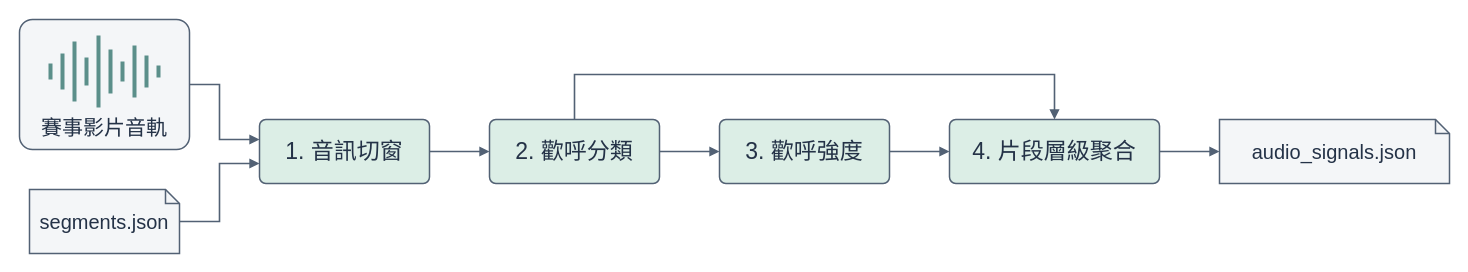
Above: docs/figures/report/audio-cheer.drawio in 2026bmtproject/badminton-analysis-system (draw.io), before the change. Source tidied: cells renumbered, new cells numbered last; positions are measured from the earlier drawing's top-left corner, leaving out a move shared by most shapes. Both pictures are drawn from the tidied source at 100%, with x=0, y=0 at pixel (19, 19).
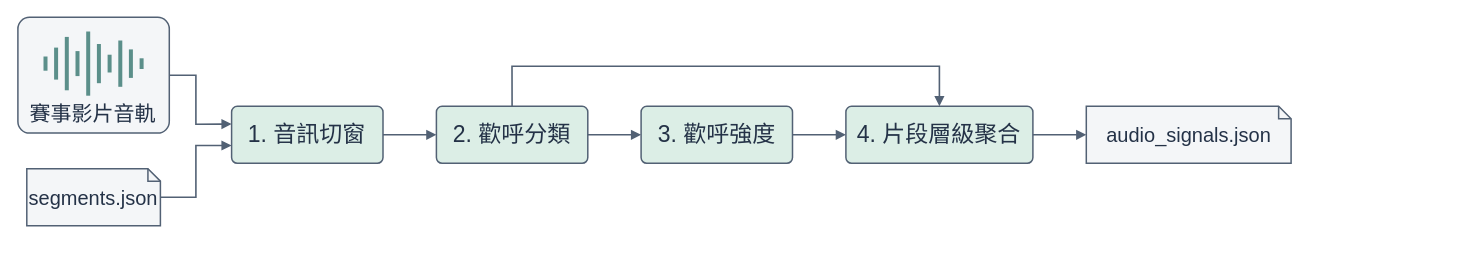
After the change.

What changed in the source:
```diff
@@
     <mxCell id="2" style="rounded=1;arcSize=10;fillColor=#F4F6F8;strokeColor=#526174;strokeWidth=1.5;dashed=0;html=0;whiteSpace=wrap;align=center;verticalAlign=middle;fontFamily=Arial Unicode MS;fontSize=23;fontColor=#243247;" parent="1" vertex="1">
-      <mxGeometry width="170" height="130" as="geometry" />
+      <mxGeometry x="-1.6" y="-2.2" width="151.4" height="115.8" as="geometry" />
     </mxCell>
     <mxCell id="3" value="賽事影片音軌" style="text;html=0;whiteSpace=wrap;align=center;verticalAlign=middle;fontFamily=Arial Unicode MS;fontSize=21;fontColor=#243247;align=center;" parent="1" vertex="1">
-      <mxGeometry y="90" width="170" height="36" as="geometry" />
+      <mxGeometry x="-1.6" y="78" width="151.4" height="32" as="geometry" />
     </mxCell>
     <mxCell id="4" style="endArrow=none;strokeColor=#5B8F8A;strokeWidth=4;" parent="1" edge="1">
       <mxGeometry relative="1" as="geometry">
-        <mxPoint x="31" y="44" as="sourcePoint" />
-        <mxPoint x="31" y="60" as="targetPoint" />
+        <mxPoint x="26" y="37" as="sourcePoint" />
+        <mxPoint x="26" y="51.2" as="targetPoint" />
       </mxGeometry>
     </mxCell>
     <mxCell id="5" style="endArrow=none;strokeColor=#5B8F8A;strokeWidth=4;" parent="1" edge="1">
       <mxGeometry relative="1" as="geometry">
-        <mxPoint x="43" y="34" as="sourcePoint" />
-        <mxPoint x="43" y="70" as="targetPoint" />
+        <mxPoint x="36.6" y="28.1" as="sourcePoint" />
+        <mxPoint x="36.6" y="60.1" as="targetPoint" />
       </mxGeometry>
     </mxCell>
     <mxCell id="6" style="endArrow=none;strokeColor=#5B8F8A;strokeWidth=4;" parent="1" edge="1">
       <mxGeometry relative="1" as="geometry">
-        <mxPoint x="55" y="22" as="sourcePoint" />
-        <mxPoint x="55" y="82" as="targetPoint" />
+        <mxPoint x="47.3" y="17.4" as="sourcePoint" />
+        <mxPoint x="47.3" y="70.8" as="targetPoint" />
       </mxGeometry>
     </mxCell>
     <mxCell id="7" style="endArrow=none;strokeColor=#5B8F8A;strokeWidth=4;" parent="1" edge="1">
       <mxGeometry relative="1" as="geometry">
-        <mxPoint x="67" y="38" as="sourcePoint" />
-        <mxPoint x="67" y="66" as="targetPoint" />
+        <mxPoint x="58" y="31.6" as="sourcePoint" />
+        <mxPoint x="58" y="56.6" as="targetPoint" />
       </mxGeometry>
     </mxCell>
     <mxCell id="8" style="endArrow=none;strokeColor=#5B8F8A;strokeWidth=4;" parent="1" edge="1">
       <mxGeometry relative="1" as="geometry">
-        <mxPoint x="79" y="16" as="sourcePoint" />
-        <mxPoint x="79" y="88" as="targetPoint" />
+        <mxPoint x="68.7" y="12" as="sourcePoint" />
+        <mxPoint x="68.7" y="76.2" as="targetPoint" />
       </mxGeometry>
     </mxCell>
     <mxCell id="9" style="endArrow=none;strokeColor=#5B8F8A;strokeWidth=4;" parent="1" edge="1">
       <mxGeometry relative="1" as="geometry">
-        <mxPoint x="91" y="30" as="sourcePoint" />
-        <mxPoint x="91" y="74" as="targetPoint" />
+        <mxPoint x="79.4" y="24.5" as="sourcePoint" />
+        <mxPoint x="79.4" y="63.7" as="targetPoint" />
       </mxGeometry>
     </mxCell>
     <mxCell id="10" style="endArrow=none;strokeColor=#5B8F8A;strokeWidth=4;" parent="1" edge="1">
       <mxGeometry relative="1" as="geometry">
-        <mxPoint x="103" y="42" as="sourcePoint" />
-        <mxPoint x="103" y="62" as="targetPoint" />
+        <mxPoint x="90.1" y="35.2" as="sourcePoint" />
+        <mxPoint x="90.1" y="53" as="targetPoint" />
       </mxGeometry>
     </mxCell>
     <mxCell id="11" style="endArrow=none;strokeColor=#5B8F8A;strokeWidth=4;" parent="1" edge="1">
       <mxGeometry relative="1" as="geometry">
-        <mxPoint x="115" y="26" as="sourcePoint" />
-        <mxPoint x="115" y="78" as="targetPoint" />
+        <mxPoint x="100.8" y="21" as="sourcePoint" />
+        <mxPoint x="100.8" y="67.3" as="targetPoint" />
       </mxGeometry>
     </mxCell>
     <mxCell id="12" style="endArrow=none;strokeColor=#5B8F8A;strokeWidth=4;" parent="1" edge="1">
       <mxGeometry relative="1" as="geometry">
-        <mxPoint x="127" y="36" as="sourcePoint" />
-        <mxPoint x="127" y="68" as="targetPoint" />
+        <mxPoint x="111.4" y="29.9" as="sourcePoint" />
+        <mxPoint x="111.4" y="58.4" as="targetPoint" />
       </mxGeometry>
     </mxCell>
     <mxCell id="13" style="endArrow=none;strokeColor=#5B8F8A;strokeWidth=4;" parent="1" edge="1">
       <mxGeometry relative="1" as="geometry">
-        <mxPoint x="139" y="46" as="sourcePoint" />
-        <mxPoint x="139" y="58" as="targetPoint" />
+        <mxPoint x="122.1" y="38.8" as="sourcePoint" />
+        <mxPoint x="122.1" y="49.5" as="targetPoint" />
       </mxGeometry>
     </mxCell>
-    <mxCell id="14" value="segments.json" style="shape=note;size=14;fillColor=#F4F6F8;strokeColor=#526174;strokeWidth=1.5;dashed=0;html=0;whiteSpace=wrap;align=center;verticalAlign=middle;fontFamily=Arial Unicode MS;fontSize=20;fontColor=#243247;" parent="1" vertex="1">
-      <mxGeometry x="10" y="170" width="150" height="64" as="geometry" />
+    <mxCell id="14" value="segments.json" style="shape=note;size=12.47;fillColor=#F4F6F8;strokeColor=#526174;strokeWidth=1.5;dashed=0;html=0;whiteSpace=wrap;align=center;verticalAlign=middle;fontFamily=Arial Unicode MS;fontSize=20;fontColor=#243247;" parent="1" vertex="1">
+      <mxGeometry x="7.3" y="149.2" width="133.6" height="57" as="geometry" />
     </mxCell>
     <mxCell id="15" value="1. 音訊切窗" style="rounded=1;arcSize=10;fillColor=#DCEEE6;strokeColor=#526174;strokeWidth=1.5;dashed=0;html=0;whiteSpace=wrap;align=center;verticalAlign=middle;fontFamily=Arial Unicode MS;fontSize=23;fontColor=#243247;" parent="1" vertex="1">
-      <mxGeometry x="240" y="100" width="170" height="64" as="geometry" />
+      <mxGeometry x="212.1" y="86.8" width="151.4" height="57" as="geometry" />
     </mxCell>
     <mxCell id="16" value="2. 歡呼分類" style="rounded=1;arcSize=10;fillColor=#DCEEE6;strokeColor=#526174;strokeWidth=1.5;dashed=0;html=0;whiteSpace=wrap;align=center;verticalAlign=middle;fontFamily=Arial Unicode MS;fontSize=23;fontColor=#243247;" parent="1" vertex="1">
-      <mxGeometry x="470" y="100" width="170" height="64" as="geometry" />
+      <mxGeometry x="416.9" y="86.8" width="151.4" height="57" as="geometry" />
     </mxCell>
     <mxCell id="17" value="3. 歡呼強度" style="rounded=1;arcSize=10;fillColor=#DCEEE6;strokeColor=#526174;strokeWidth=1.5;dashed=0;html=0;whiteSpace=wrap;align=center;verticalAlign=middle;fontFamily=Arial Unicode MS;fontSize=23;fontColor=#243247;" parent="1" vertex="1">
-      <mxGeometry x="700" y="100" width="170" height="64" as="geometry" />
+      <mxGeometry x="621.6" y="86.8" width="151.4" height="57" as="geometry" />
     </mxCell>
     <mxCell id="18" value="4. 片段層級聚合" style="rounded=1;arcSize=10;fillColor=#DCEEE6;strokeColor=#526174;strokeWidth=1.5;dashed=0;html=0;whiteSpace=wrap;align=center;verticalAlign=middle;fontFamily=Arial Unicode MS;fontSize=23;fontColor=#243247;" parent="1" vertex="1">
-      <mxGeometry x="930" y="100" width="210" height="64" as="geometry" />
+      <mxGeometry x="826.4" y="86.8" width="187" height="57" as="geometry" />
     </mxCell>
-    <mxCell id="19" value="audio_signals.json" style="shape=note;size=14;fillColor=#F4F6F8;strokeColor=#526174;strokeWidth=1.5;dashed=0;html=0;whiteSpace=wrap;align=center;verticalAlign=middle;fontFamily=Arial Unicode MS;fontSize=20;fontColor=#243247;" parent="1" vertex="1">
-      <mxGeometry x="1200" y="100" width="230" height="64" as="geometry" />
+    <mxCell id="19" value="audio_signals.json" style="shape=note;size=12.47;fillColor=#F4F6F8;strokeColor=#526174;strokeWidth=1.5;dashed=0;html=0;whiteSpace=wrap;align=center;verticalAlign=middle;fontFamily=Arial Unicode MS;fontSize=20;fontColor=#243247;" parent="1" vertex="1">
+      <mxGeometry x="1066.8" y="86.8" width="204.8" height="57" as="geometry" />
     </mxCell>
     <mxCell id="20" style="edgeStyle=none;rounded=0;html=0;endArrow=block;endFill=1;strokeColor=#526174;strokeWidth=1.6;dashed=0;exitX=1.0000;exitY=0.5000;exitPerimeter=0;entryX=0.0000;entryY=0.3125;entryPerimeter=0;" parent="1" edge="1" source="2" target="15">
       <mxGeometry relative="1" as="geometry">
         <Array as="points">
-          <mxPoint x="200" y="65" />
-          <mxPoint x="200" y="120" />
+          <mxPoint x="176.4" y="55.7" />
+          <mxPoint x="176.4" y="104.7" />
         </Array>
       </mxGeometry>
     </mxCell>
     <mxCell id="21" style="edgeStyle=none;rounded=0;html=0;endArrow=block;endFill=1;strokeColor=#526174;strokeWidth=1.6;dashed=0;exitX=1.0000;exitY=0.5000;exitPerimeter=0;entryX=0.0000;entryY=0.6875;entryPerimeter=0;" parent="1" edge="1" source="14" target="15">
       <mxGeometry relative="1" as="geometry">
         <Array as="points">
-          <mxPoint x="200" y="202" />
-          <mxPoint x="200" y="144" />
+          <mxPoint x="176.4" y="177.7" />
+          <mxPoint x="176.4" y="126" />
         </Array>
       </mxGeometry>
     </mxCell>
@@
     <mxCell id="25" style="edgeStyle=none;rounded=0;html=0;endArrow=block;endFill=1;strokeColor=#526174;strokeWidth=1.6;dashed=0;exitX=0.5000;exitY=0.0000;exitPerimeter=0;entryX=0.5000;entryY=0.0000;entryPerimeter=0;" parent="1" edge="1" source="16" target="18">
       <mxGeometry relative="1" as="geometry">
         <Array as="points">
-          <mxPoint x="555" y="55" />
-          <mxPoint x="1035" y="55" />
+          <mxPoint x="492.5" y="46.8" />
+          <mxPoint x="919.9" y="46.8" />
         </Array>
       </mxGeometry>
     </mxCell>
```
